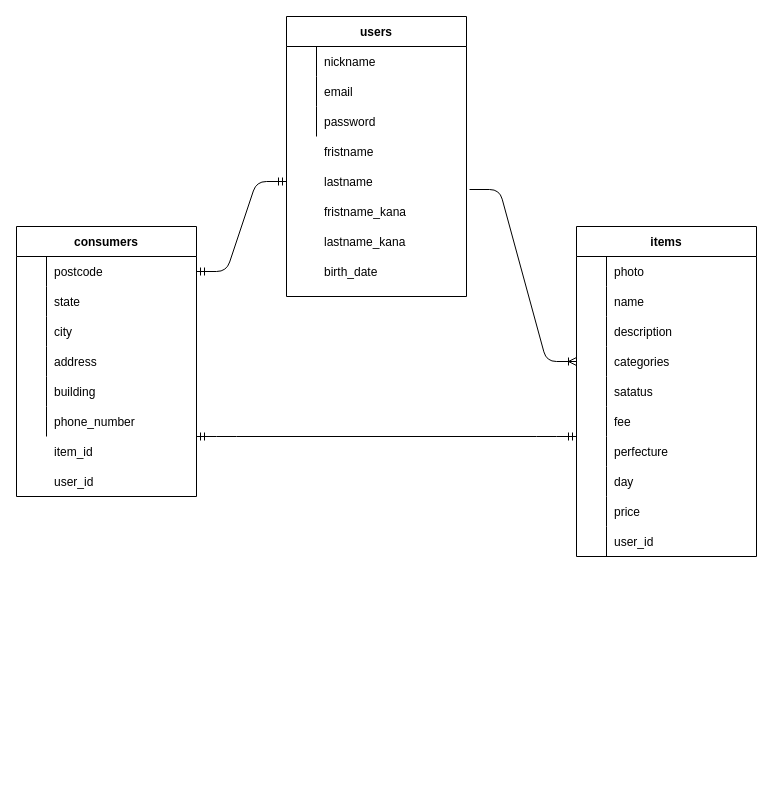
K-OSG/furima-33819 keeps this draw.io diagram as furima_33819.dio. Above is the earlier version. Source tidied: cells renumbered, new cells numbered last; positions are measured from the earlier drawing's top-left corner, leaving out a move shared by most shapes. Both pictures are drawn from the tidied source at 100%, with x=0, y=0 at pixel (16, 16).
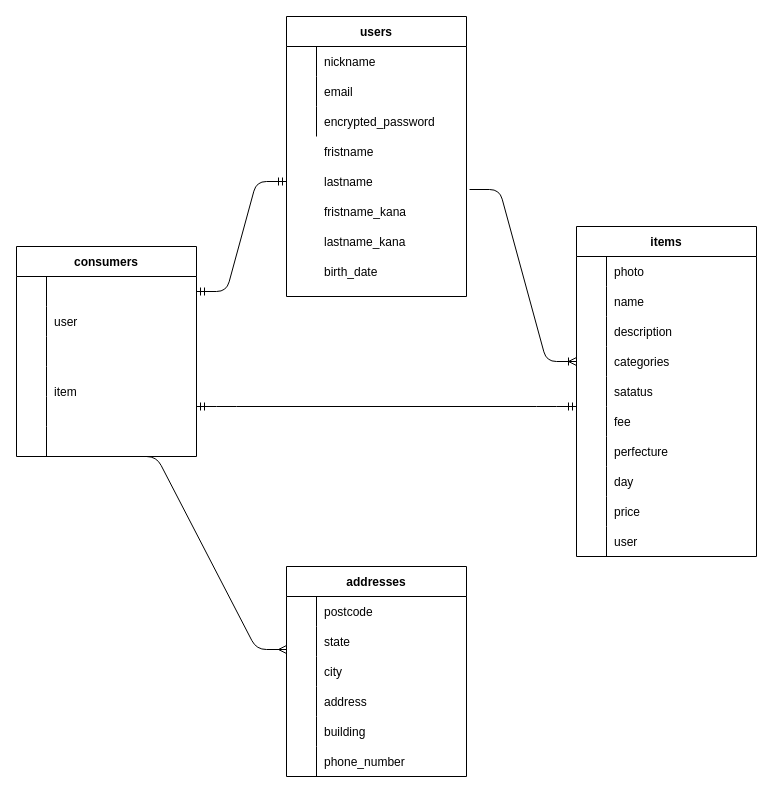
After the change.

Commit message (it also covers changes not shown here):
データベース設計の修正

The change refers to these unchanged cells:
```xml
<mxCell id="9" style="shape=partialRectangle;fillColor=none;top=0;left=0;bottom=0;right=0;" parent="2" vertex="1">
  <mxGeometry y="90" width="180" height="30" as="geometry" />
</mxCell>
<mxCell id="48" style="shape=partialRectangle;fillColor=none;top=0;left=0;bottom=0;right=0;points=[[0,0.5],[1,0.5]];portConstraint=eastwest;" parent="29" vertex="1">
  <mxGeometry y="210" width="180" height="30" as="geometry" />
</mxCell>
<mxCell id="61" style="shape=partialRectangle;fillColor=none;top=0;left=0;bottom=0;right=0;points=[[0,0.5],[1,0.5]];portConstraint=eastwest;" parent="60" vertex="1">
  <mxGeometry y="30" width="180" height="30" as="geometry" />
</mxCell>
<mxCell id="64" style="shape=partialRectangle;fillColor=none;top=0;left=0;bottom=0;right=0;" parent="60" vertex="1">
  <mxGeometry y="60" width="180" height="30" as="geometry" />
</mxCell>
<mxCell id="67" style="shape=partialRectangle;fillColor=none;top=0;left=0;bottom=0;right=0;" parent="60" vertex="1">
  <mxGeometry y="90" width="180" height="30" as="geometry" />
</mxCell>
<mxCell id="70" style="shape=partialRectangle;fillColor=none;top=0;left=0;bottom=0;right=0;" parent="60" vertex="1">
  <mxGeometry y="120" width="180" height="30" as="geometry" />
</mxCell>
<mxCell id="73" style="shape=partialRectangle;fillColor=none;top=0;left=0;bottom=0;right=0;" parent="60" vertex="1">
  <mxGeometry y="150" width="180" height="30" as="geometry" />
</mxCell>
<mxCell id="76" style="shape=partialRectangle;fillColor=none;top=0;left=0;bottom=0;right=0;" parent="60" vertex="1">
  <mxGeometry y="180" width="180" height="30" as="geometry" />
</mxCell>
```

Change to the diagram source:
```diff
@@
-    <mxCell id="11" value="password" style="shape=partialRectangle;fillColor=none;top=0;left=0;bottom=0;right=0;align=left;spacingLeft=6;overflow=hidden;" parent="9" vertex="1">
+    <mxCell id="11" value="encrypted_password" style="shape=partialRectangle;fillColor=none;top=0;left=0;bottom=0;right=0;align=left;spacingLeft=6;overflow=hidden;" parent="9" vertex="1">
       <mxGeometry x="30" width="150" height="30" as="geometry" />
     </mxCell>
@@
     <mxCell id="60" value="consumers" style="shape=table;startSize=30;childLayout=tableLayout;rowLines=0;fontStyle=1;align=center;" parent="1" vertex="1">
-      <mxGeometry y="210" width="180" height="270" as="geometry" />
+      <mxGeometry y="230" width="180" height="210" as="geometry" />
     </mxCell>
@@
-    <mxCell id="63" value="postcode" style="shape=partialRectangle;fillColor=none;top=0;left=0;bottom=0;right=0;align=left;spacingLeft=6;overflow=hidden;" parent="61" vertex="1">
+    <mxCell id="63" style="shape=partialRectangle;fillColor=none;top=0;left=0;bottom=0;right=0;align=left;spacingLeft=6;overflow=hidden;" parent="61" vertex="1">
       <mxGeometry x="30" width="150" height="30" as="geometry" />
     </mxCell>
@@
-    <mxCell id="66" value="state" style="shape=partialRectangle;fillColor=none;top=0;left=0;bottom=0;right=0;align=left;spacingLeft=6;overflow=hidden;" parent="64" vertex="1">
+    <mxCell id="66" style="shape=partialRectangle;fillColor=none;top=0;left=0;bottom=0;right=0;align=left;spacingLeft=6;overflow=hidden;" parent="64" vertex="1">
       <mxGeometry x="30" width="150" height="30" as="geometry" />
     </mxCell>
@@
-    <mxCell id="69" value="city" style="shape=partialRectangle;fillColor=none;top=0;left=0;bottom=0;right=0;align=left;spacingLeft=6;overflow=hidden;" parent="67" vertex="1">
+    <mxCell id="69" style="shape=partialRectangle;fillColor=none;top=0;left=0;bottom=0;right=0;align=left;spacingLeft=6;overflow=hidden;" parent="67" vertex="1">
       <mxGeometry x="30" width="150" height="30" as="geometry" />
     </mxCell>
@@
-    <mxCell id="72" value="address" style="shape=partialRectangle;fillColor=none;top=0;left=0;bottom=0;right=0;align=left;spacingLeft=6;overflow=hidden;" parent="70" vertex="1">
+    <mxCell id="72" style="shape=partialRectangle;fillColor=none;top=0;left=0;bottom=0;right=0;align=left;spacingLeft=6;overflow=hidden;" parent="70" vertex="1">
       <mxGeometry x="30" width="150" height="30" as="geometry" />
     </mxCell>
@@
-    <mxCell id="75" value="building" style="shape=partialRectangle;fillColor=none;top=0;left=0;bottom=0;right=0;align=left;spacingLeft=6;overflow=hidden;" parent="73" vertex="1">
+    <mxCell id="75" style="shape=partialRectangle;fillColor=none;top=0;left=0;bottom=0;right=0;align=left;spacingLeft=6;overflow=hidden;" parent="73" vertex="1">
       <mxGeometry x="30" width="150" height="30" as="geometry" />
     </mxCell>
@@
-    <mxCell id="78" value="phone_number " style="shape=partialRectangle;fillColor=none;top=0;left=0;bottom=0;right=0;align=left;spacingLeft=6;overflow=hidden;" parent="76" vertex="1">
+    <mxCell id="78" style="shape=partialRectangle;fillColor=none;top=0;left=0;bottom=0;right=0;align=left;spacingLeft=6;overflow=hidden;" parent="76" vertex="1">
       <mxGeometry x="30" width="150" height="30" as="geometry" />
     </mxCell>
-    <mxCell id="79" value="item_id" style="shape=partialRectangle;fillColor=none;top=0;left=0;bottom=0;right=0;align=left;spacingLeft=6;overflow=hidden;" parent="1" vertex="1">
-      <mxGeometry x="30" y="420" width="150" height="30" as="geometry" />
+    <mxCell id="79" value="item" style="shape=partialRectangle;fillColor=none;top=0;left=0;bottom=0;right=0;align=left;spacingLeft=6;overflow=hidden;" parent="1" vertex="1">
+      <mxGeometry x="30" y="360" width="150" height="30" as="geometry" />
     </mxCell>
-    <mxCell id="80" value="user_id" style="shape=partialRectangle;fillColor=none;top=0;left=0;bottom=0;right=0;align=left;spacingLeft=6;overflow=hidden;" parent="1" vertex="1">
+    <mxCell id="80" value="user" style="shape=partialRectangle;fillColor=none;top=0;left=0;bottom=0;right=0;align=left;spacingLeft=6;overflow=hidden;" parent="1" vertex="1">
       <mxGeometry x="590" y="510" width="150" height="30" as="geometry" />
     </mxCell>
-    <mxCell id="81" value="user_id" style="shape=partialRectangle;fillColor=none;top=0;left=0;bottom=0;right=0;align=left;spacingLeft=6;overflow=hidden;" parent="1" vertex="1">
-      <mxGeometry x="30" y="450" width="150" height="30" as="geometry" />
+    <mxCell id="81" value="user" style="shape=partialRectangle;fillColor=none;top=0;left=0;bottom=0;right=0;align=left;spacingLeft=6;overflow=hidden;" parent="1" vertex="1">
+      <mxGeometry x="30" y="290" width="150" height="30" as="geometry" />
     </mxCell>
@@
-    <mxCell id="83" style="edgeStyle=entityRelationEdgeStyle;fontSize=12;html=1;endArrow=ERmandOne;startArrow=ERmandOne;entryX=0;entryY=0;entryDx=0;entryDy=0;entryPerimeter=0;" parent="1" edge="1" target="48">
+    <mxCell id="83" style="edgeStyle=entityRelationEdgeStyle;fontSize=12;html=1;endArrow=ERmandOne;startArrow=ERmandOne;entryX=0;entryY=0;entryDx=0;entryDy=0;entryPerimeter=0;" parent="1" edge="1">
       <mxGeometry relative="1" as="geometry">
-        <mxPoint x="180" y="420" as="sourcePoint" />
+        <mxPoint x="180" y="390" as="sourcePoint" />
+        <mxPoint x="560" y="390" as="targetPoint" />
       </mxGeometry>
     </mxCell>
@@
+    <mxCell id="85" value="addresses" style="shape=table;startSize=30;childLayout=tableLayout;rowLines=0;fontStyle=1;align=center;" parent="1" vertex="1">
+      <mxGeometry x="270" y="550" width="180" height="210" as="geometry" />
+    </mxCell>
+    <mxCell id="86" style="shape=partialRectangle;fillColor=none;top=0;left=0;bottom=0;right=0;" parent="85" vertex="1">
+      <mxGeometry y="30" width="180" height="30" as="geometry" />
+    </mxCell>
+    <mxCell id="87" style="shape=partialRectangle;fillColor=none;top=0;left=0;bottom=0;right=0;overflow=hidden;" parent="86" vertex="1">
+      <mxGeometry width="30" height="30" as="geometry" />
+    </mxCell>
+    <mxCell id="88" value="postcode" style="shape=partialRectangle;fillColor=none;top=0;left=0;bottom=0;right=0;align=left;spacingLeft=6;overflow=hidden;" parent="86" vertex="1">
+      <mxGeometry x="30" width="150" height="30" as="geometry" />
+    </mxCell>
+    <mxCell id="89" style="shape=partialRectangle;fillColor=none;top=0;left=0;bottom=0;right=0;points=[[0,0.5],[1,0.5]];portConstraint=eastwest;" parent="85" vertex="1">
+      <mxGeometry y="60" width="180" height="30" as="geometry" />
+    </mxCell>
+    <mxCell id="90" style="shape=partialRectangle;fillColor=none;top=0;left=0;bottom=0;right=0;overflow=hidden;" parent="89" vertex="1">
+      <mxGeometry width="30" height="30" as="geometry" />
+    </mxCell>
+    <mxCell id="91" value="state" style="shape=partialRectangle;fillColor=none;top=0;left=0;bottom=0;right=0;align=left;spacingLeft=6;overflow=hidden;" parent="89" vertex="1">
+      <mxGeometry x="30" width="150" height="30" as="geometry" />
+    </mxCell>
+    <mxCell id="92" style="shape=partialRectangle;fillColor=none;top=0;left=0;bottom=0;right=0;" parent="85" vertex="1">
+      <mxGeometry y="90" width="180" height="30" as="geometry" />
+    </mxCell>
+    <mxCell id="93" style="shape=partialRectangle;fillColor=none;top=0;left=0;bottom=0;right=0;overflow=hidden;" parent="92" vertex="1">
+      <mxGeometry width="30" height="30" as="geometry" />
+    </mxCell>
+    <mxCell id="94" value="city" style="shape=partialRectangle;fillColor=none;top=0;left=0;bottom=0;right=0;align=left;spacingLeft=6;overflow=hidden;" parent="92" vertex="1">
+      <mxGeometry x="30" width="150" height="30" as="geometry" />
+    </mxCell>
+    <mxCell id="95" style="shape=partialRectangle;fillColor=none;top=0;left=0;bottom=0;right=0;" parent="85" vertex="1">
+      <mxGeometry y="120" width="180" height="30" as="geometry" />
+    </mxCell>
+    <mxCell id="96" style="shape=partialRectangle;fillColor=none;top=0;left=0;bottom=0;right=0;overflow=hidden;" parent="95" vertex="1">
+      <mxGeometry width="30" height="30" as="geometry" />
+    </mxCell>
+    <mxCell id="97" value="address" style="shape=partialRectangle;fillColor=none;top=0;left=0;bottom=0;right=0;align=left;spacingLeft=6;overflow=hidden;" parent="95" vertex="1">
+      <mxGeometry x="30" width="150" height="30" as="geometry" />
+    </mxCell>
+    <mxCell id="98" style="shape=partialRectangle;fillColor=none;top=0;left=0;bottom=0;right=0;" parent="85" vertex="1">
+      <mxGeometry y="150" width="180" height="30" as="geometry" />
+    </mxCell>
+    <mxCell id="99" style="shape=partialRectangle;fillColor=none;top=0;left=0;bottom=0;right=0;overflow=hidden;" parent="98" vertex="1">
+      <mxGeometry width="30" height="30" as="geometry" />
+    </mxCell>
+    <mxCell id="100" value="building" style="shape=partialRectangle;fillColor=none;top=0;left=0;bottom=0;right=0;align=left;spacingLeft=6;overflow=hidden;" parent="98" vertex="1">
+      <mxGeometry x="30" width="150" height="30" as="geometry" />
+    </mxCell>
+    <mxCell id="101" style="shape=partialRectangle;fillColor=none;top=0;left=0;bottom=0;right=0;" parent="85" vertex="1">
+      <mxGeometry y="180" width="180" height="30" as="geometry" />
+    </mxCell>
+    <mxCell id="102" style="shape=partialRectangle;fillColor=none;top=0;left=0;bottom=0;right=0;overflow=hidden;" parent="101" vertex="1">
+      <mxGeometry width="30" height="30" as="geometry" />
+    </mxCell>
+    <mxCell id="103" value="phone_number " style="shape=partialRectangle;fillColor=none;top=0;left=0;bottom=0;right=0;align=left;spacingLeft=6;overflow=hidden;" parent="101" vertex="1">
+      <mxGeometry x="30" width="150" height="30" as="geometry" />
+    </mxCell>
+    <mxCell id="104" style="edgeStyle=entityRelationEdgeStyle;fontSize=12;html=1;endArrow=ERmany;entryX=0;entryY=0.767;entryDx=0;entryDy=0;entryPerimeter=0;" parent="1" edge="1" target="89">
+      <mxGeometry relative="1" as="geometry">
+        <mxPoint x="110" y="440" as="sourcePoint" />
+      </mxGeometry>
+    </mxCell>
```
